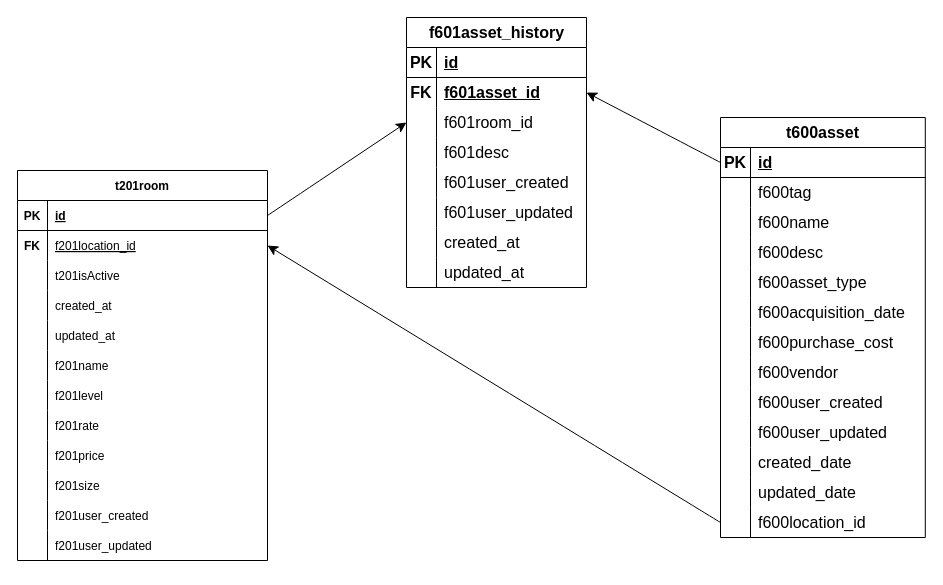
Earlier version of the draw.io diagram page "asset trackking" (5 of 5) of rentall_app.drawio (harishaikal940322/diagram). Source tidied: cells renumbered, new cells numbered last; positions are measured from the earlier drawing's top-left corner, leaving out a move shared by most shapes. Both pictures are drawn from the tidied source at 100%, with x=0, y=0 at pixel (17, 17).
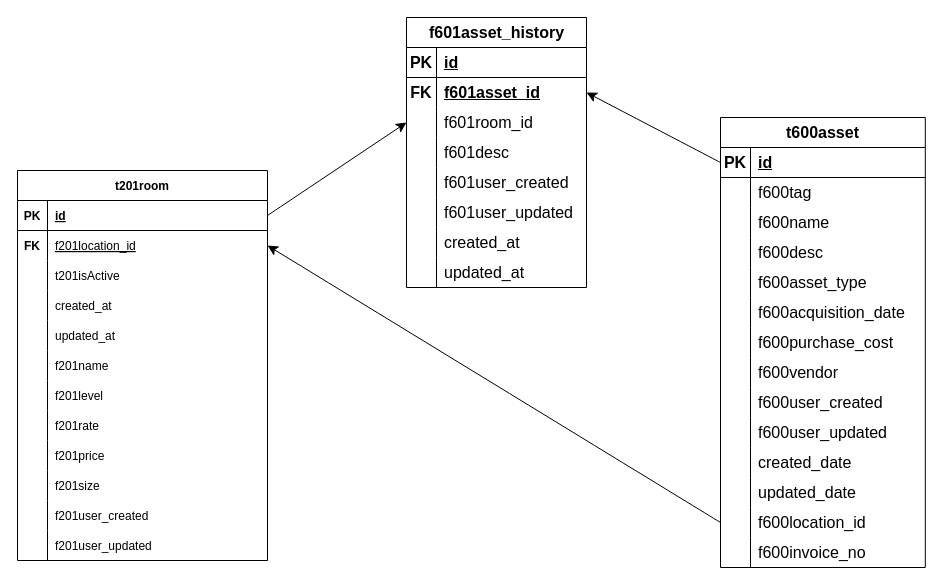
The same page after the edit.

The edit, as a diff of the source:
```diff
@@
     <mxCell id="39" value="t600asset" style="shape=table;startSize=30;childLayout=tableLayout;rowLines=0;fontStyle=1;align=center;html=1;fontSize=16;" parent="1" vertex="1">
-      <mxGeometry x="703" y="100" width="204.8" height="420" as="geometry" />
+      <mxGeometry x="703" y="100" width="204.8" height="450" as="geometry" />
     </mxCell>
@@
+    <mxCell id="107" style="shape=tableRow;horizontal=0;startSize=0;swimlaneHead=0;swimlaneBody=0;fillColor=none;top=0;left=0;right=0;bottom=0;fontSize=16;" parent="39" vertex="1">
+      <mxGeometry y="420" width="204.8" height="30" as="geometry" />
+    </mxCell>
+    <mxCell id="108" style="shape=partialRectangle;fillColor=none;top=0;left=0;bottom=0;right=0;overflow=hidden;whiteSpace=wrap;html=1;fontSize=16;" parent="107" vertex="1">
+      <mxGeometry width="30" height="30" as="geometry" />
+    </mxCell>
+    <mxCell id="109" value="f600invoice_no" style="shape=partialRectangle;fillColor=none;top=0;left=0;bottom=0;right=0;align=left;spacingLeft=6;overflow=hidden;whiteSpace=wrap;html=1;fontSize=16;" parent="107" vertex="1">
+      <mxGeometry x="30" width="174.8" height="30" as="geometry" />
+    </mxCell>
```
